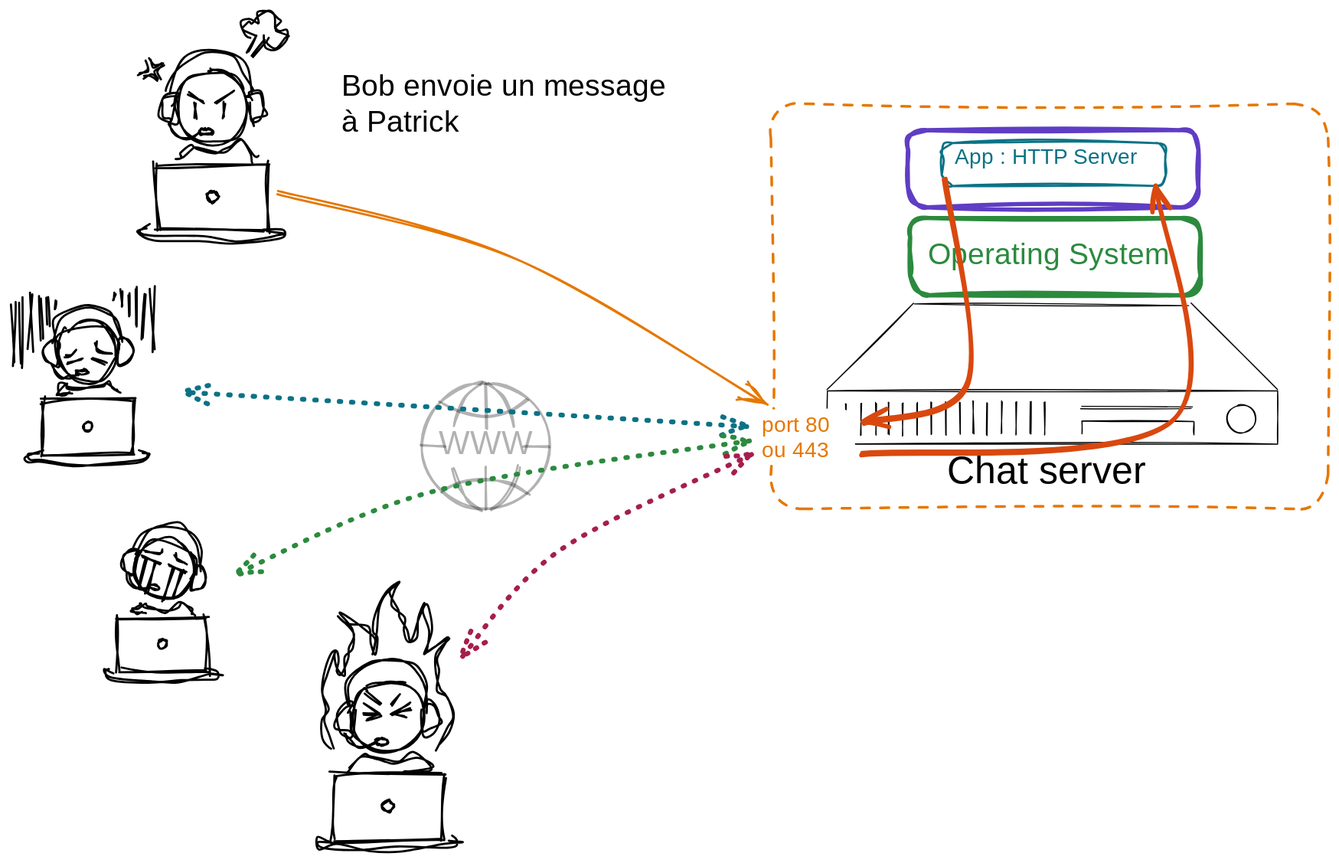
Earlier version of the Excalidraw export notebooks/media/limitation1.excalidraw.svg (ue22-p25/backend). Source tidied: one line per element, renumbered; positions are measured from the earlier drawing's top-left corner, leaving out a move shared by most shapes.
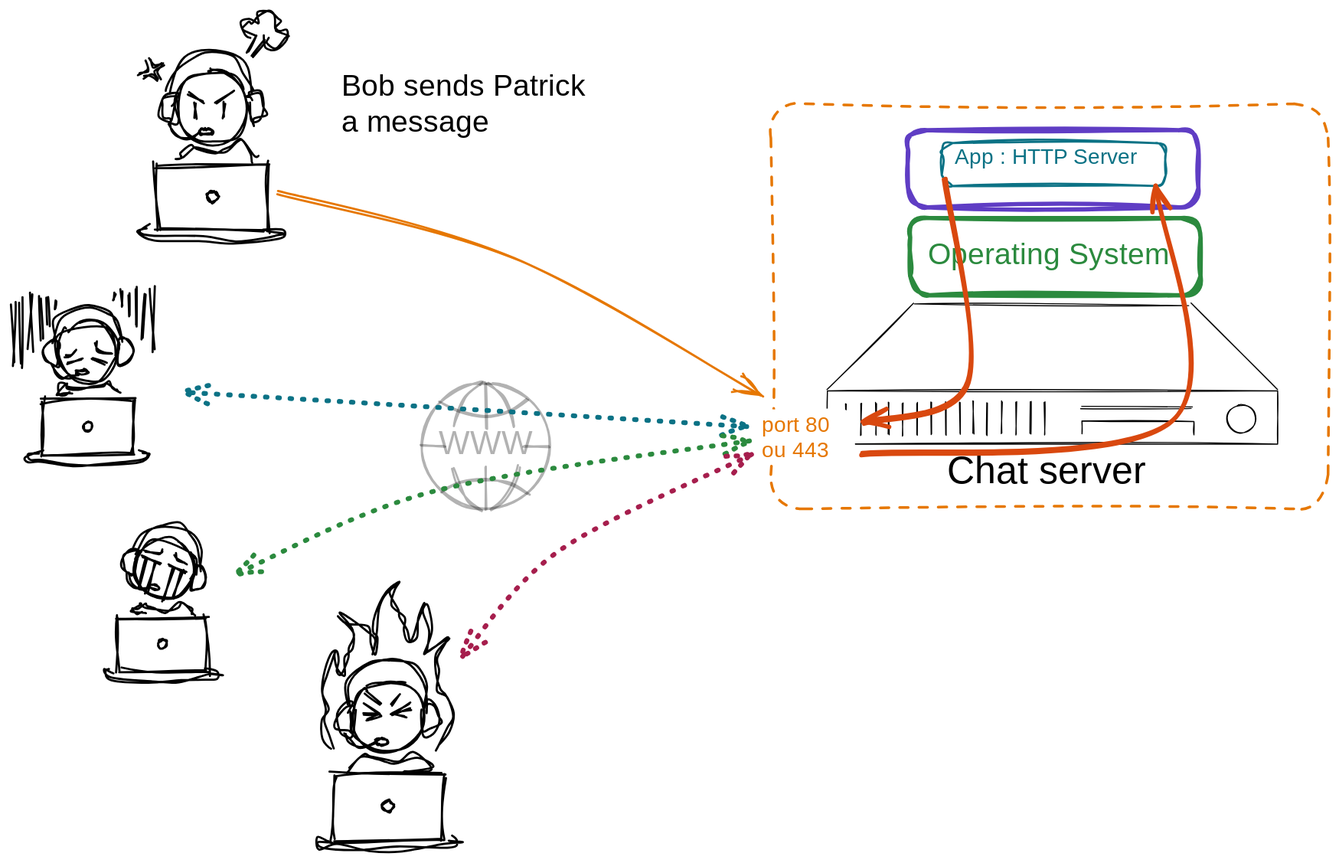
Above is the later version.

What changed in the source:
```diff
@@ -47,7 +47,7 @@
 {"id": 46, "type": "line", "strokeColor": "#000", "strokeWidth": 2, "roughness": 2, "round": true, "x": 198, "y": 85, "width": 1, "height": 13, "points": [[0, 0], [-1, 13]]}
 {"id": 47, "type": "line", "strokeColor": "#000", "strokeWidth": 2, "roughness": 2, "round": true, "x": 153, "y": 138, "width": 75, "height": 15, "points": [[0, 0], [7, -4], [13, -12], [22, -9], [36, -6], [46, -9], [54, -13], [62, -15], [72, -5], [75, -1]]}
 {"id": 48, "type": "line", "strokeColor": "#000", "strokeWidth": 2, "roughness": 2, "round": true, "x": 238, "y": 203, "width": 134, "height": 12, "points": [[0, 0], [14, 1], [12, 8], [-4, 8], [-31, 9], [-63, 9], [-108, 8], [-120, 0], [-112, -3]]}
-{"id": 49, "type": "arrow", "strokeColor": "#e67700", "angle": 3.16, "strokeWidth": 2, "roughness": 2, "startArrowhead": "arrow", "round": true, "from": 52, "to": 133, "x": 247, "y": 176, "width": 458, "height": 187, "points": [[0, 0], [236, 133], [458, 187]]}
+{"id": 49, "type": "arrow", "strokeColor": "#e67700", "angle": 3.16, "strokeWidth": 2, "roughness": 2, "startArrowhead": "arrow", "round": true, "from": 52, "to": 133, "x": 247, "y": 176, "width": 454, "height": 180, "points": [[0, 0], [231, 126], [454, 180]]}
 {"id": 50, "type": "rectangle", "strokeColor": "#e67700", "strokeWidth": 2, "strokeStyle": "dashed", "roughness": 2, "round": true, "x": 708, "y": 86, "width": 520, "height": 378}
 {"id": 51, "type": "rectangle", "strokeColor": "#fff", "backgroundColor": "#ffffff", "fillStyle": "solid", "strokeWidth": 2, "strokeStyle": "dashed", "roughness": 2, "round": true, "x": 692, "y": 372, "width": 94, "height": 47}
 {"id": 52, "type": "text", "text": "port 80 \nou 443", "strokeColor": "#e67700", "strokeWidth": 2, "strokeStyle": "dashed", "roughness": 2, "fontSize": 20, "fontFamily": 3, "x": 699, "y": 373, "width": 94, "height": 48}
@@ -131,4 +131,4 @@
 {"id": 130, "type": "arrow", "strokeColor": "#0b7285", "strokeWidth": 4, "strokeStyle": "dotted", "roughness": 2, "startArrowhead": "arrow", "endArrowhead": "arrow", "round": true, "from": 52, "x": 683, "y": 387, "width": 525, "height": 30, "points": [[0, 0], [-525, -30]]}
 {"id": 131, "type": "arrow", "strokeColor": "#2b8a3e", "strokeWidth": 4, "strokeStyle": "dotted", "roughness": 2, "startArrowhead": "arrow", "endArrowhead": "arrow", "round": true, "from": 52, "x": 687, "y": 402, "width": 477, "height": 123, "points": [[0, 0], [-293, 44], [-477, 123]]}
 {"id": 132, "type": "arrow", "strokeColor": "#a61e4d", "strokeWidth": 4, "strokeStyle": "dotted", "roughness": 2, "startArrowhead": "arrow", "endArrowhead": "arrow", "round": true, "from": 52, "x": 689, "y": 412, "width": 269, "height": 193, "points": [[0, 0], [-178, 91], [-269, 193]]}
-{"id": 133, "type": "text", "text": "Bob envoie un message\nà Patrick ", "strokeColor": "#000000", "backgroundColor": "#ffffff", "fillStyle": "solid", "strokeWidth": 4, "roughness": 2, "fontSize": 28, "fontFamily": 1, "x": 307, "y": 54, "width": 313, "height": 67}
+{"id": 133, "type": "text", "text": "Bob sends Patrick\na message ", "strokeColor": "#000000", "backgroundColor": "#ffffff", "fillStyle": "solid", "strokeWidth": 4, "roughness": 2, "fontSize": 28, "fontFamily": 1, "x": 307, "y": 54, "width": 252, "height": 67}
```
